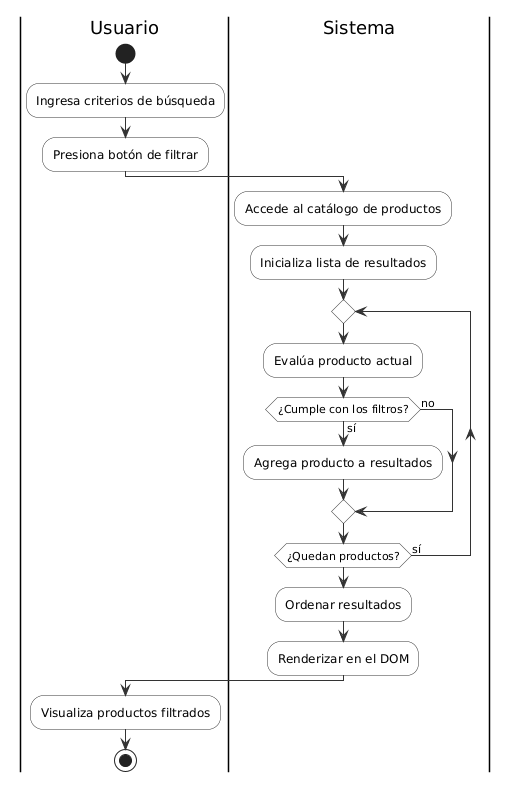
The PlantUML diagram docs/05-diagramas/01-diagrama-de-actividades/actividad-flujo-1-busqueda.png in GonzaloBarbano/E-commerce, before a commit.
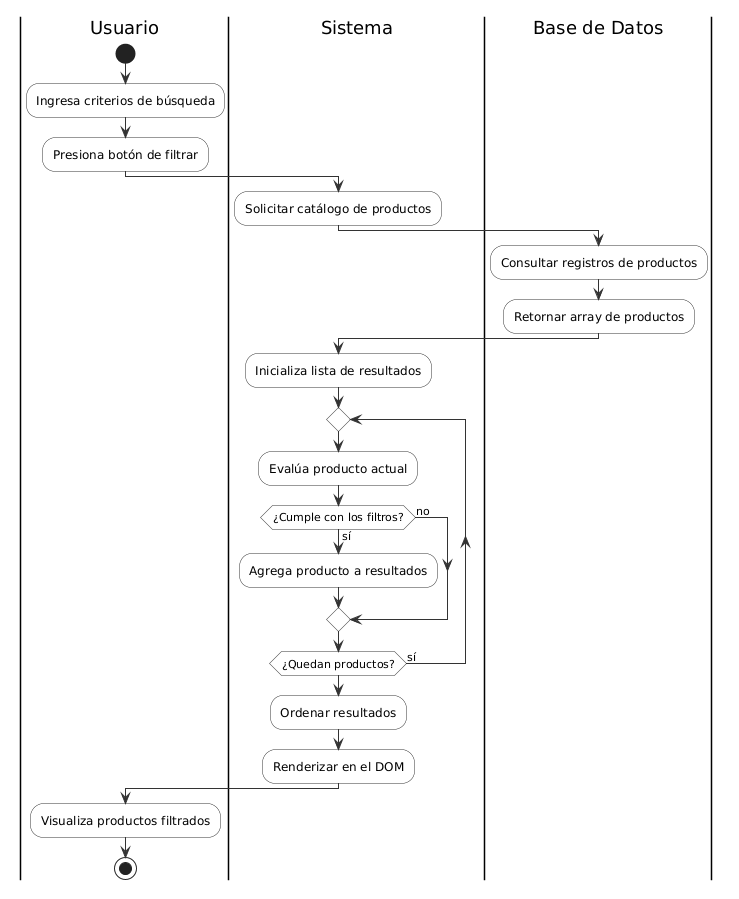
The same diagram one commit later.

Diff of the diagram source:
```diff
@@ -9,9 +9,14 @@
 :Presiona botón de filtrar;
 
 |Sistema|
-:Accede al catálogo de productos;
+:Solicitar catálogo de productos;
+
+|Base de Datos|
+:Consultar registros de productos;
+:Retornar array de productos;
+
+|Sistema|
 :Inicializa lista de resultados;
-
 repeat
   :Evalúa producto actual;
   if (¿Cumple con los filtros?) then (sí)
@@ -19,7 +24,6 @@
   else (no)
   endif
 repeat while (¿Quedan productos?) is (sí)
-
 :Ordenar resultados;
 :Renderizar en el DOM;
 
```
